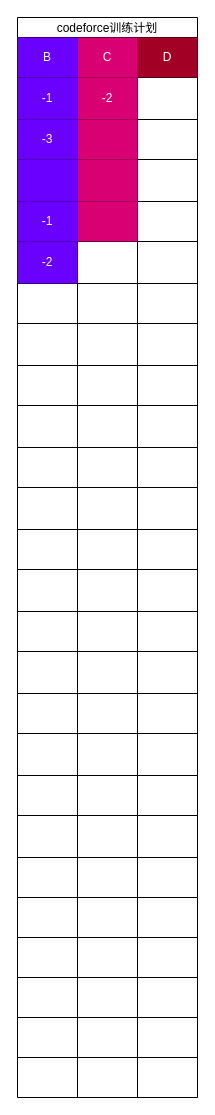
LightEverything/template keeps this draw.io diagram as plan/codeforce.drawio. Above is the earlier version. Source tidied: cells renumbered, new cells numbered last; positions are measured from the earlier drawing's top-left corner, leaving out a move shared by most shapes. Both pictures are drawn from the tidied source at 100%, with x=0, y=0 at pixel (17, 17).
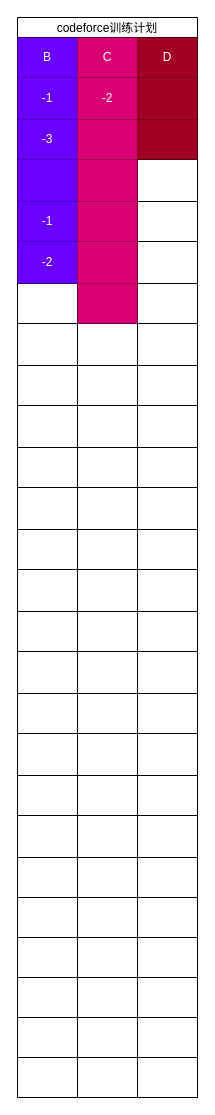
After the change.

Commit message (it also covers changes not shown here):
更改了计划

The change refers to these unchanged cells:
```xml
<mxCell id="7" style="shape=partialRectangle;fillColor=none;top=0;left=0;bottom=0;right=0;" parent="2" vertex="1">
  <mxGeometry y="60" width="180" height="42" as="geometry" />
</mxCell>
<mxCell id="11" style="shape=partialRectangle;fillColor=none;top=0;left=0;bottom=0;right=0;" parent="2" vertex="1">
  <mxGeometry y="102" width="180" height="40" as="geometry" />
</mxCell>
<mxCell id="23" style="shape=partialRectangle;fillColor=none;top=0;left=0;bottom=0;right=0;" parent="2" vertex="1">
  <mxGeometry y="224" width="180" height="42" as="geometry" />
</mxCell>
<mxCell id="27" style="shape=partialRectangle;fillColor=none;top=0;left=0;bottom=0;right=0;" parent="2" vertex="1">
  <mxGeometry y="266" width="180" height="40" as="geometry" />
</mxCell>
```

The edit, as a diff of the source:
```diff
@@
-    <mxCell id="10" style="shape=partialRectangle;html=1;whiteSpace=wrap;overflow=hidden;fillColor=none;top=0;left=0;bottom=0;right=0;" parent="7" vertex="1">
+    <mxCell id="10" style="shape=partialRectangle;html=1;whiteSpace=wrap;overflow=hidden;fillColor=#a20025;top=0;left=0;bottom=0;right=0;fontColor=#ffffff;strokeColor=#6F0000;" parent="7" vertex="1">
       <mxGeometry x="120" width="60" height="42" as="geometry" />
     </mxCell>
@@
-    <mxCell id="14" style="shape=partialRectangle;html=1;whiteSpace=wrap;overflow=hidden;fillColor=none;top=0;left=0;bottom=0;right=0;" parent="11" vertex="1">
+    <mxCell id="14" style="shape=partialRectangle;html=1;whiteSpace=wrap;overflow=hidden;fillColor=#a20025;top=0;left=0;bottom=0;right=0;fontColor=#ffffff;strokeColor=#6F0000;" parent="11" vertex="1">
       <mxGeometry x="120" width="60" height="40" as="geometry" />
     </mxCell>
@@
-    <mxCell id="25" style="shape=partialRectangle;html=1;whiteSpace=wrap;overflow=hidden;fillColor=none;top=0;left=0;bottom=0;right=0;" parent="23" vertex="1">
+    <mxCell id="25" style="shape=partialRectangle;html=1;whiteSpace=wrap;overflow=hidden;fillColor=#d80073;top=0;left=0;bottom=0;right=0;fontColor=#ffffff;strokeColor=#A50040;" parent="23" vertex="1">
       <mxGeometry x="60" width="60" height="42" as="geometry" />
     </mxCell>
@@
-    <mxCell id="29" style="shape=partialRectangle;html=1;whiteSpace=wrap;overflow=hidden;fillColor=none;top=0;left=0;bottom=0;right=0;" parent="27" vertex="1">
+    <mxCell id="29" style="shape=partialRectangle;html=1;whiteSpace=wrap;overflow=hidden;fillColor=#d80073;top=0;left=0;bottom=0;right=0;fontColor=#ffffff;strokeColor=#A50040;" parent="27" vertex="1">
       <mxGeometry x="60" width="60" height="40" as="geometry" />
     </mxCell>
```
